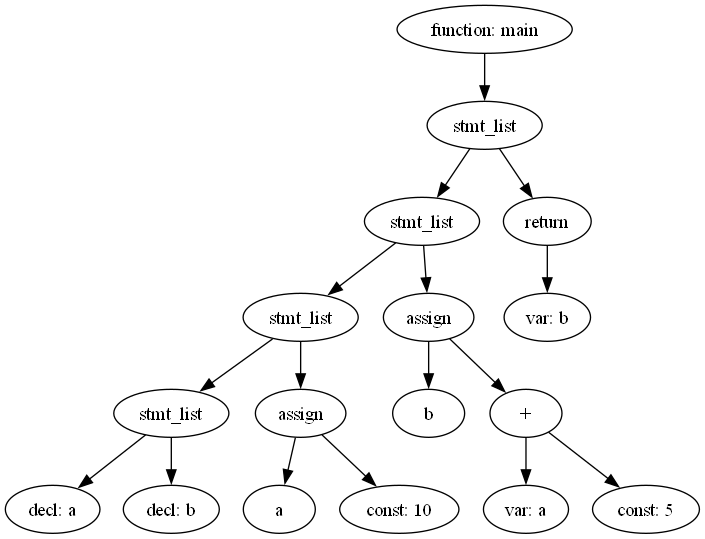
Earlier version of the Graphviz export ast.png (garimaaithani12/miniCompiler). Its source is kept beside it as ast.dot. The source it was exported from:
```dot
digraph AST {
  node16 [label="function: main"];
  node15 [label="stmt_list"];
  node12 [label="stmt_list"];
  node6 [label="stmt_list"];
  node2 [label="stmt_list"];
  node0 [label="decl: a"];
  node2 -> node0;
  node1 [label="decl: b"];
  node2 -> node1;
  node6 -> node2;
  node5 [label="assign"];
  node4 [label="a"];
  node5 -> node4;
  node3 [label="const: 10"];
  node5 -> node3;
  node6 -> node5;
  node12 -> node6;
  node11 [label="assign"];
  node10 [label="b"];
  node11 -> node10;
  node9 [label="+"];
  node7 [label="var: a"];
  node9 -> node7;
  node8 [label="const: 5"];
  node9 -> node8;
  node11 -> node9;
  node12 -> node11;
  node15 -> node12;
  node14 [label="return"];
  node13 [label="var: b"];
  node14 -> node13;
  node15 -> node14;
  node16 -> node15;
}
```
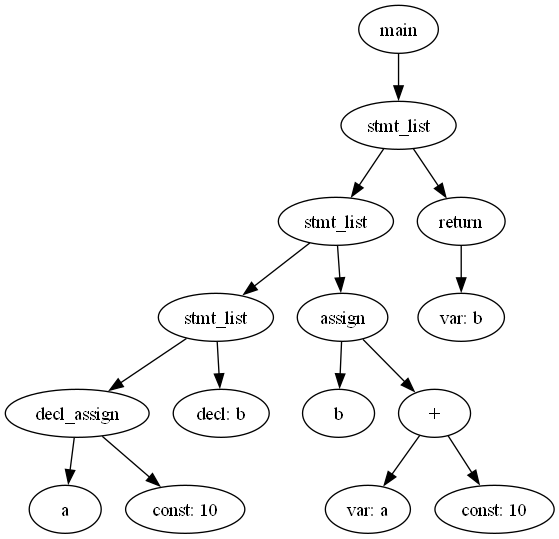
Above is the later version.

Diff of the diagram source:
```diff
@@ -1,35 +1,31 @@
 digraph AST {
-  node16 [label="function: main"];
-  node15 [label="stmt_list"];
-  node12 [label="stmt_list"];
-  node6 [label="stmt_list"];
-  node2 [label="stmt_list"];
-  node0 [label="decl: a"];
+  node14 [label="main"];
+  node13 [label="stmt_list"];
+  node10 [label="stmt_list"];
+  node4 [label="stmt_list"];
+  node2 [label="decl_assign"];
+  node1 [label="a"];
+  node2 -> node1;
+  node0 [label="const: 10"];
   node2 -> node0;
-  node1 [label="decl: b"];
-  node2 -> node1;
-  node6 -> node2;
-  node5 [label="assign"];
-  node4 [label="a"];
-  node5 -> node4;
-  node3 [label="const: 10"];
-  node5 -> node3;
-  node6 -> node5;
-  node12 -> node6;
-  node11 [label="assign"];
-  node10 [label="b"];
-  node11 -> node10;
-  node9 [label="+"];
-  node7 [label="var: a"];
+  node4 -> node2;
+  node3 [label="decl: b"];
+  node4 -> node3;
+  node10 -> node4;
+  node9 [label="assign"];
+  node8 [label="b"];
+  node9 -> node8;
+  node7 [label="+"];
+  node5 [label="var: a"];
+  node7 -> node5;
+  node6 [label="const: 10"];
+  node7 -> node6;
   node9 -> node7;
-  node8 [label="const: 5"];
-  node9 -> node8;
-  node11 -> node9;
+  node10 -> node9;
+  node13 -> node10;
+  node12 [label="return"];
+  node11 [label="var: b"];
   node12 -> node11;
-  node15 -> node12;
-  node14 [label="return"];
-  node13 [label="var: b"];
+  node13 -> node12;
   node14 -> node13;
-  node15 -> node14;
-  node16 -> node15;
 }
```
